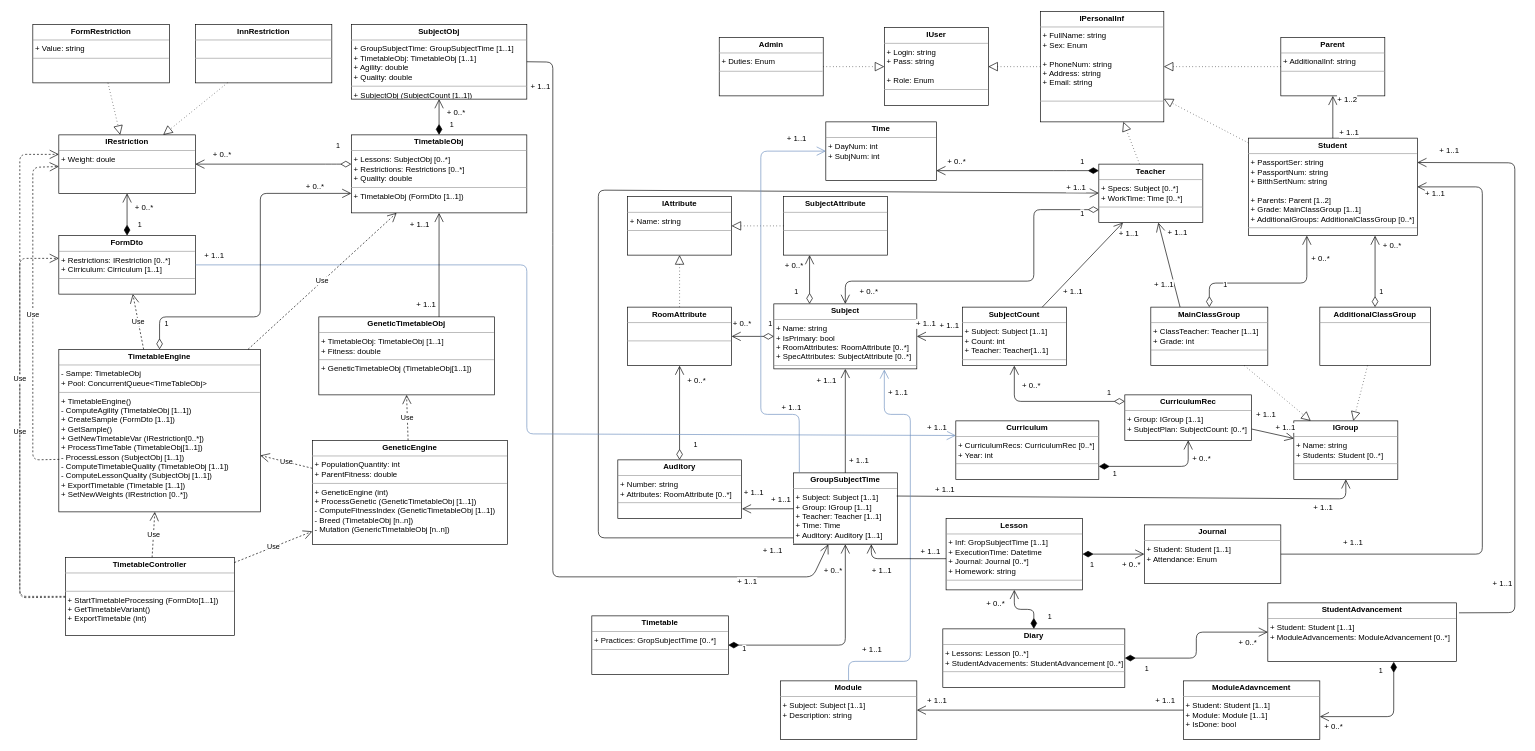
Before: EF-4.drawio in Timur-Faskhutdinov/E-education_TF, a draw.io diagram. Source tidied: cells renumbered, new cells numbered last; positions are measured from the earlier drawing's top-left corner, leaving out a move shared by most shapes. Both pictures are drawn from the tidied source at 65%, with x=0, y=0 at pixel (20, 11).
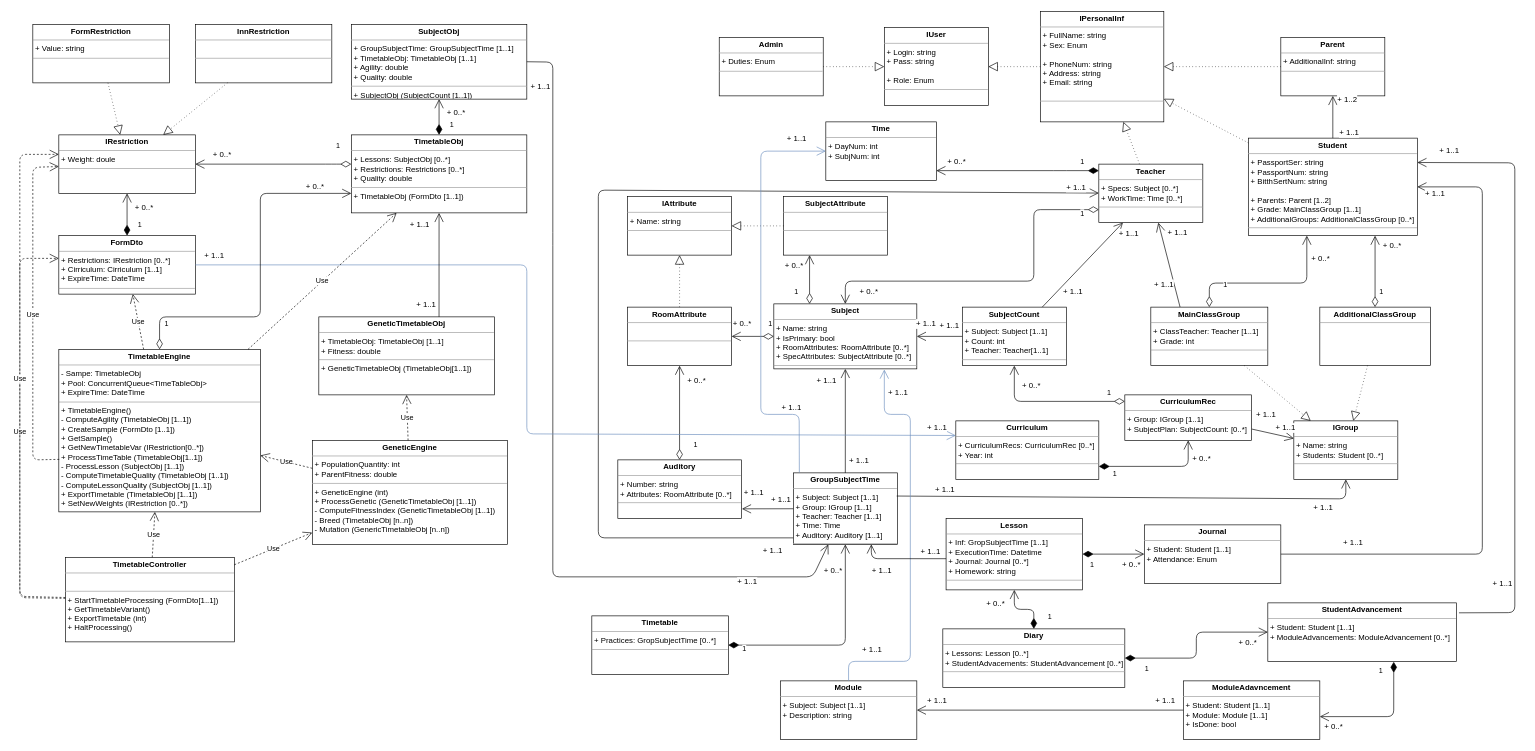
After the change.

Diff of the diagram source:
```diff
@@
-    <mxCell id="35" value="&lt;p style=&quot;margin: 0px ; margin-top: 4px ; text-align: center&quot;&gt;&lt;b&gt;FormDto&lt;/b&gt;&lt;/p&gt;&lt;hr size=&quot;1&quot;&gt;&lt;p style=&quot;margin: 0px ; margin-left: 4px&quot;&gt;+ Restrictions: IRestriction [0..*]&lt;/p&gt;&lt;p style=&quot;margin: 0px ; margin-left: 4px&quot;&gt;+ Cirriculum: Cirriculum [1..1]&lt;/p&gt;&lt;hr size=&quot;1&quot;&gt;&lt;p style=&quot;margin: 0px ; margin-left: 4px&quot;&gt;&lt;br&gt;&lt;/p&gt;" style="verticalAlign=top;align=left;overflow=fill;fontSize=12;fontFamily=Helvetica;html=1;" parent="1" vertex="1">
+    <mxCell id="35" value="&lt;p style=&quot;margin: 0px ; margin-top: 4px ; text-align: center&quot;&gt;&lt;b&gt;FormDto&lt;/b&gt;&lt;/p&gt;&lt;hr size=&quot;1&quot;&gt;&lt;p style=&quot;margin: 0px ; margin-left: 4px&quot;&gt;+ Restrictions: IRestriction [0..*]&lt;/p&gt;&lt;p style=&quot;margin: 0px ; margin-left: 4px&quot;&gt;+ Cirriculum: Cirriculum [1..1]&lt;/p&gt;&lt;p style=&quot;margin: 0px ; margin-left: 4px&quot;&gt;+ ExpireTime: DateTime&lt;/p&gt;&lt;hr size=&quot;1&quot;&gt;&lt;p style=&quot;margin: 0px ; margin-left: 4px&quot;&gt;&lt;br&gt;&lt;/p&gt;" style="verticalAlign=top;align=left;overflow=fill;fontSize=12;fontFamily=Helvetica;html=1;" parent="1" vertex="1">
       <mxGeometry x="60" y="345" width="210" height="90" as="geometry" />
     </mxCell>
-    <mxCell id="36" value="&lt;p style=&quot;margin: 0px ; margin-top: 4px ; text-align: center&quot;&gt;&lt;b&gt;TimetableEngine&lt;/b&gt;&lt;/p&gt;&lt;hr size=&quot;1&quot;&gt;&lt;p style=&quot;margin: 0px ; margin-left: 4px&quot;&gt;&lt;span&gt;- Sampe: TimetableObj&lt;/span&gt;&lt;/p&gt;&lt;p style=&quot;margin: 0px ; margin-left: 4px&quot;&gt;+ Pool: ConcurrentQueue&amp;lt;TimeTableObj&amp;gt;&lt;/p&gt;&lt;hr size=&quot;1&quot;&gt;&lt;p style=&quot;margin: 0px ; margin-left: 4px&quot;&gt;+ TimetableEngine()&lt;/p&gt;&lt;p style=&quot;margin: 0px ; margin-left: 4px&quot;&gt;- ComputeAgility (TimetableObj [1..1])&lt;/p&gt;&lt;p style=&quot;margin: 0px ; margin-left: 4px&quot;&gt;+ CreateSample (FormDto [1..1])&lt;/p&gt;&lt;p style=&quot;margin: 0px ; margin-left: 4px&quot;&gt;+ GetSample()&lt;/p&gt;&lt;p style=&quot;margin: 0px ; margin-left: 4px&quot;&gt;+ GetNewTimetableVar (IRestriction[0..*])&lt;/p&gt;&lt;p style=&quot;margin: 0px ; margin-left: 4px&quot;&gt;+ ProcessTimeTable (TimetableObj[1..1])&lt;/p&gt;&lt;p style=&quot;margin: 0px ; margin-left: 4px&quot;&gt;- ProcessLesson (SubjectObj [1..1])&lt;/p&gt;&lt;p style=&quot;margin: 0px ; margin-left: 4px&quot;&gt;- ComputeTimetableQuality (TimetableObj [1..1])&lt;/p&gt;&lt;p style=&quot;margin: 0px ; margin-left: 4px&quot;&gt;- ComputeLessonQuality (SubjectObj [1..1])&lt;/p&gt;&lt;p style=&quot;margin: 0px ; margin-left: 4px&quot;&gt;+ ExportTimetable (Timetable [1..1])&lt;/p&gt;&lt;p style=&quot;margin: 0px ; margin-left: 4px&quot;&gt;+ SetNewWeights (IRestriction [0..*])&lt;/p&gt;&lt;p style=&quot;margin: 0px ; margin-left: 4px&quot;&gt;&lt;br&gt;&lt;/p&gt;" style="verticalAlign=top;align=left;overflow=fill;fontSize=12;fontFamily=Helvetica;html=1;" parent="1" vertex="1">
+    <mxCell id="36" value="&lt;p style=&quot;margin: 0px ; margin-top: 4px ; text-align: center&quot;&gt;&lt;b&gt;TimetableEngine&lt;/b&gt;&lt;/p&gt;&lt;hr size=&quot;1&quot;&gt;&lt;p style=&quot;margin: 0px ; margin-left: 4px&quot;&gt;&lt;span&gt;- Sampe: TimetableObj&lt;/span&gt;&lt;/p&gt;&lt;p style=&quot;margin: 0px ; margin-left: 4px&quot;&gt;+ Pool: ConcurrentQueue&amp;lt;TimeTableObj&amp;gt;&lt;/p&gt;&lt;p style=&quot;margin: 0px ; margin-left: 4px&quot;&gt;+ ExpireTime: DateTime&lt;/p&gt;&lt;hr size=&quot;1&quot;&gt;&lt;p style=&quot;margin: 0px ; margin-left: 4px&quot;&gt;+ TimetableEngine()&lt;/p&gt;&lt;p style=&quot;margin: 0px ; margin-left: 4px&quot;&gt;- ComputeAgility (TimetableObj [1..1])&lt;/p&gt;&lt;p style=&quot;margin: 0px ; margin-left: 4px&quot;&gt;+ CreateSample (FormDto [1..1])&lt;/p&gt;&lt;p style=&quot;margin: 0px ; margin-left: 4px&quot;&gt;+ GetSample()&lt;/p&gt;&lt;p style=&quot;margin: 0px ; margin-left: 4px&quot;&gt;+ GetNewTimetableVar (IRestriction[0..*])&lt;/p&gt;&lt;p style=&quot;margin: 0px ; margin-left: 4px&quot;&gt;+ ProcessTimeTable (TimetableObj[1..1])&lt;/p&gt;&lt;p style=&quot;margin: 0px ; margin-left: 4px&quot;&gt;- ProcessLesson (SubjectObj [1..1])&lt;/p&gt;&lt;p style=&quot;margin: 0px ; margin-left: 4px&quot;&gt;- ComputeTimetableQuality (TimetableObj [1..1])&lt;/p&gt;&lt;p style=&quot;margin: 0px ; margin-left: 4px&quot;&gt;- ComputeLessonQuality (SubjectObj [1..1])&lt;/p&gt;&lt;p style=&quot;margin: 0px ; margin-left: 4px&quot;&gt;+ ExportTimetable (TimetableObj [1..1])&lt;/p&gt;&lt;p style=&quot;margin: 0px ; margin-left: 4px&quot;&gt;+ SetNewWeights (IRestriction [0..*])&lt;/p&gt;&lt;p style=&quot;margin: 0px ; margin-left: 4px&quot;&gt;&lt;br&gt;&lt;/p&gt;" style="verticalAlign=top;align=left;overflow=fill;fontSize=12;fontFamily=Helvetica;html=1;" parent="1" vertex="1">
       <mxGeometry x="60" y="520" width="310" height="250" as="geometry" />
     </mxCell>
@@
-    <mxCell id="142" value="&lt;p style=&quot;margin: 0px ; margin-top: 4px ; text-align: center&quot;&gt;&lt;b&gt;TimetableController&lt;/b&gt;&lt;/p&gt;&lt;hr size=&quot;1&quot;&gt;&lt;p style=&quot;margin: 0px ; margin-left: 4px&quot;&gt;&lt;br&gt;&lt;/p&gt;&lt;hr size=&quot;1&quot;&gt;&lt;p style=&quot;margin: 0px ; margin-left: 4px&quot;&gt;+ StartTimetableProcessing (FormDto[1..1])&lt;/p&gt;&lt;p style=&quot;margin: 0px ; margin-left: 4px&quot;&gt;+ GetTimetableVariant()&lt;/p&gt;&lt;p style=&quot;margin: 0px ; margin-left: 4px&quot;&gt;+ ExportTimetable (int)&lt;/p&gt;" style="verticalAlign=top;align=left;overflow=fill;fontSize=12;fontFamily=Helvetica;html=1;" parent="1" vertex="1">
-      <mxGeometry x="70" y="840" width="260" height="120" as="geometry" />
+    <mxCell id="142" value="&lt;p style=&quot;margin: 0px ; margin-top: 4px ; text-align: center&quot;&gt;&lt;b&gt;TimetableController&lt;/b&gt;&lt;/p&gt;&lt;hr size=&quot;1&quot;&gt;&lt;p style=&quot;margin: 0px ; margin-left: 4px&quot;&gt;&lt;br&gt;&lt;/p&gt;&lt;hr size=&quot;1&quot;&gt;&lt;p style=&quot;margin: 0px ; margin-left: 4px&quot;&gt;+ StartTimetableProcessing (FormDto[1..1])&lt;/p&gt;&lt;p style=&quot;margin: 0px ; margin-left: 4px&quot;&gt;+ GetTimetableVariant()&lt;/p&gt;&lt;p style=&quot;margin: 0px ; margin-left: 4px&quot;&gt;+ ExportTimetable (int)&lt;/p&gt;&lt;p style=&quot;margin: 0px ; margin-left: 4px&quot;&gt;+ HaltProcessing()&lt;/p&gt;" style="verticalAlign=top;align=left;overflow=fill;fontSize=12;fontFamily=Helvetica;html=1;" parent="1" vertex="1">
+      <mxGeometry x="70" y="840" width="260" height="130" as="geometry" />
     </mxCell>
```
